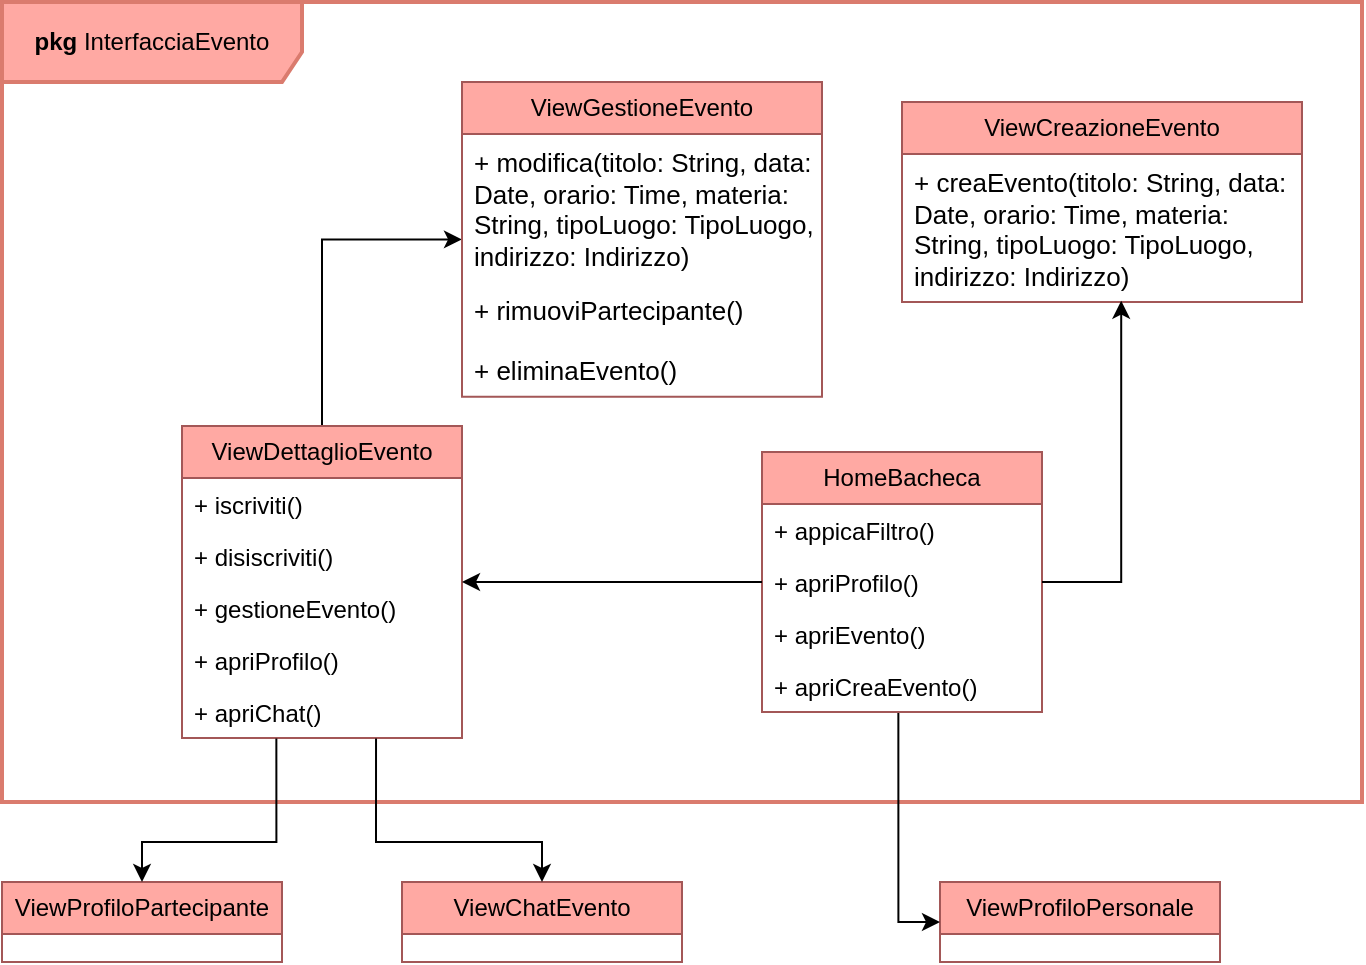
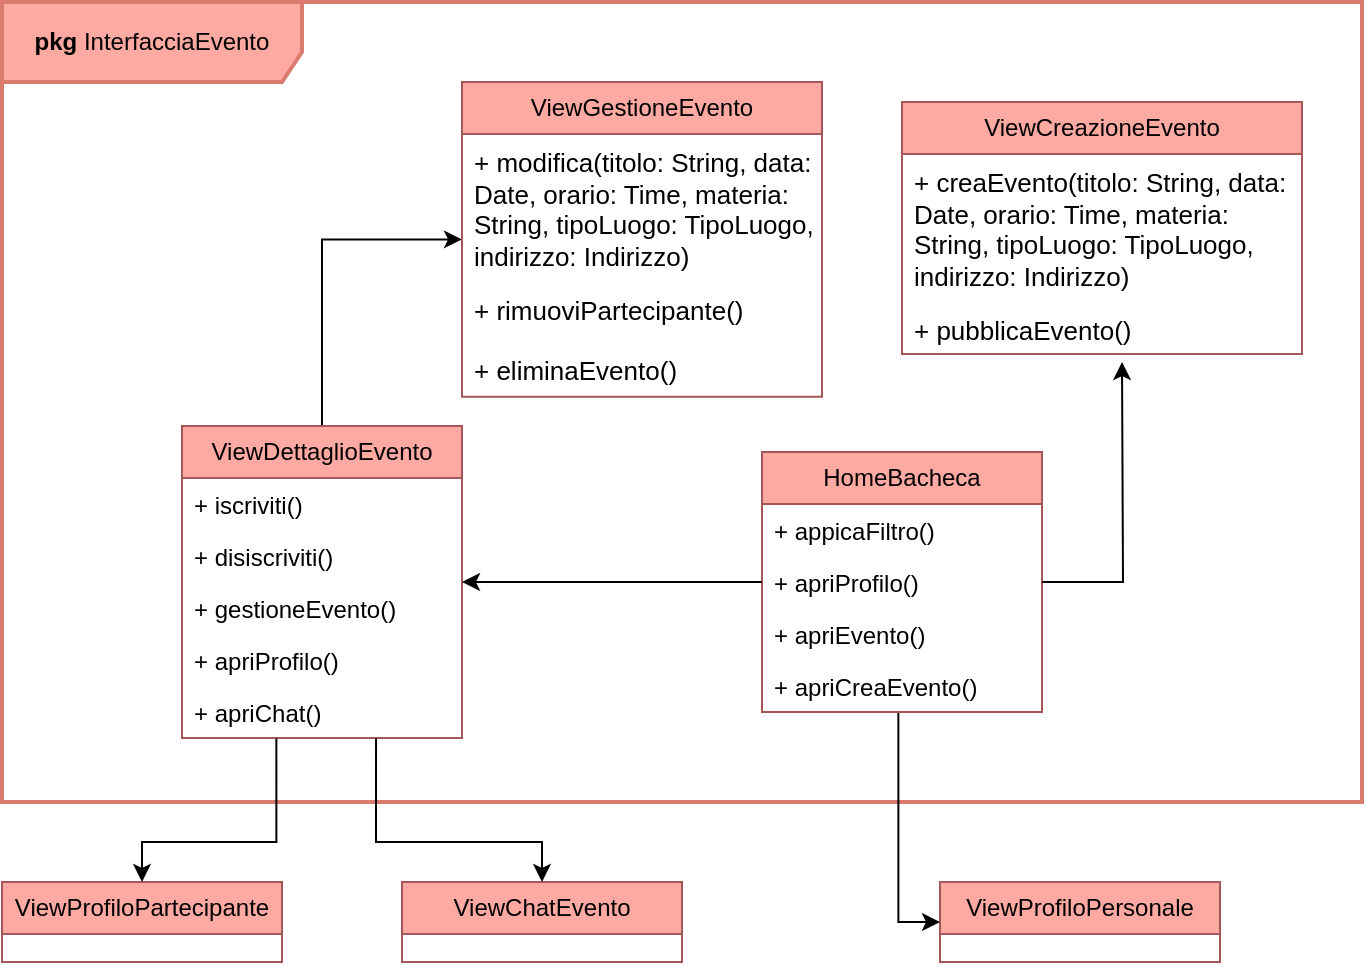
<mxfile host="app.diagrams.net">
  <diagram name="Pagina-1" id="0c2kCZIO34fmXKzSi4si">
-     <mxGraphModel dx="1125" dy="487" grid="1" gridSize="10" guides="1" tooltips="1" connect="1" arrows="1" fold="1" page="1" pageScale="1" pageWidth="827" pageHeight="1169" math="0" shadow="0">
+     <mxGraphModel dx="1075" dy="527" grid="1" gridSize="10" guides="1" tooltips="1" connect="1" arrows="1" fold="1" page="1" pageScale="1" pageWidth="827" pageHeight="1169" math="0" shadow="0">
      <root>
        <mxCell id="0" />
        <mxCell id="1" parent="0" />
        <mxCell id="3Kx0-dqQBfoLY7rhYscN-2" parent="1" style="shape=umlFrame;whiteSpace=wrap;html=1;pointerEvents=0;width=150;height=40;fillColor=#FFA9A3;strokeColor=#DA7B6E;strokeWidth=2;" value="&lt;b&gt;pkg &lt;/b&gt;InterfacciaEvento" vertex="1">
          <mxGeometry height="400" width="680" x="80" y="80" as="geometry" />
        </mxCell>
        <mxCell id="3Kx0-dqQBfoLY7rhYscN-3" parent="1" style="swimlane;fontStyle=0;childLayout=stackLayout;horizontal=1;startSize=26;fillColor=#FFA9A3;horizontalStack=0;resizeParent=1;resizeParentMax=0;resizeLast=0;collapsible=1;marginBottom=0;whiteSpace=wrap;html=1;strokeColor=#A35757;" value="HomeBacheca" vertex="1">
          <mxGeometry height="130" width="140" x="460" y="305" as="geometry" />
        </mxCell>
        <mxCell id="3Kx0-dqQBfoLY7rhYscN-4" parent="3Kx0-dqQBfoLY7rhYscN-3" style="text;strokeColor=none;fillColor=none;align=left;verticalAlign=top;spacingLeft=4;spacingRight=4;overflow=hidden;rotatable=0;points=[[0,0.5],[1,0.5]];portConstraint=eastwest;whiteSpace=wrap;html=1;" value="+ appicaFiltro()" vertex="1">
          <mxGeometry height="26" width="140" y="26" as="geometry" />
        </mxCell>
        <mxCell id="3Kx0-dqQBfoLY7rhYscN-32" parent="3Kx0-dqQBfoLY7rhYscN-3" style="text;strokeColor=none;fillColor=none;align=left;verticalAlign=top;spacingLeft=4;spacingRight=4;overflow=hidden;rotatable=0;points=[[0,0.5],[1,0.5]];portConstraint=eastwest;whiteSpace=wrap;html=1;" value="+ apriProfilo()" vertex="1">
          <mxGeometry height="26" width="140" y="52" as="geometry" />
        </mxCell>
        <mxCell id="3Kx0-dqQBfoLY7rhYscN-35" parent="3Kx0-dqQBfoLY7rhYscN-3" style="text;strokeColor=none;fillColor=none;align=left;verticalAlign=top;spacingLeft=4;spacingRight=4;overflow=hidden;rotatable=0;points=[[0,0.5],[1,0.5]];portConstraint=eastwest;whiteSpace=wrap;html=1;" value="+ apriEvento()" vertex="1">
          <mxGeometry height="26" width="140" y="78" as="geometry" />
        </mxCell>
        <mxCell id="3Kx0-dqQBfoLY7rhYscN-36" parent="3Kx0-dqQBfoLY7rhYscN-3" style="text;strokeColor=none;fillColor=none;align=left;verticalAlign=top;spacingLeft=4;spacingRight=4;overflow=hidden;rotatable=0;points=[[0,0.5],[1,0.5]];portConstraint=eastwest;whiteSpace=wrap;html=1;" value="+ apriCreaEvento()" vertex="1">
          <mxGeometry height="26" width="140" y="104" as="geometry" />
        </mxCell>
        <mxCell id="3Kx0-dqQBfoLY7rhYscN-5" parent="1" style="swimlane;fontStyle=0;childLayout=stackLayout;horizontal=1;startSize=26;fillColor=#FFA9A3;horizontalStack=0;resizeParent=1;resizeParentMax=0;resizeLast=0;collapsible=1;marginBottom=0;whiteSpace=wrap;html=1;strokeColor=#A35757;" value="ViewCreazioneEvento" vertex="1">
-           <mxGeometry height="100" width="200" x="530" y="130" as="geometry" />
+           <mxGeometry height="126" width="200" x="530" y="130" as="geometry" />
        </mxCell>
        <mxCell id="3Kx0-dqQBfoLY7rhYscN-23" parent="3Kx0-dqQBfoLY7rhYscN-5" style="text;strokeColor=none;fillColor=none;align=left;verticalAlign=top;spacingLeft=4;spacingRight=4;overflow=hidden;rotatable=0;points=[[0,0.5],[1,0.5]];portConstraint=eastwest;whiteSpace=wrap;html=1;fontColor=light-dark(#000000,#000000);fontStyle=0;fontSize=13;" value="+ creaEvento(titolo: String, data: Date, orario: Time, materia: String, tipoLuogo: TipoLuogo, indirizzo: Indirizzo)" vertex="1">
          <mxGeometry height="74" width="200" y="26" as="geometry" />
+         </mxCell>
+         <mxCell id="6SmlpPara5Y4fWPdTG3Q-39" parent="3Kx0-dqQBfoLY7rhYscN-5" style="text;strokeColor=none;fillColor=none;align=left;verticalAlign=top;spacingLeft=4;spacingRight=4;overflow=hidden;rotatable=0;points=[[0,0.5],[1,0.5]];portConstraint=eastwest;whiteSpace=wrap;html=1;" value="&lt;font style=&quot;font-size: 13px;&quot;&gt;+ pubblicaEvento()&lt;/font&gt;" vertex="1">
+           <mxGeometry height="26" width="200" y="100" as="geometry" />
        </mxCell>
        <mxCell id="3Kx0-dqQBfoLY7rhYscN-13" edge="1" parent="1" source="3Kx0-dqQBfoLY7rhYscN-7" style="edgeStyle=orthogonalEdgeStyle;rounded=0;orthogonalLoop=1;jettySize=auto;html=1;exitX=0.5;exitY=0;exitDx=0;exitDy=0;entryX=0;entryY=0.5;entryDx=0;entryDy=0;" target="3Kx0-dqQBfoLY7rhYscN-9">
          <mxGeometry relative="1" as="geometry" />
        </mxCell>
        <mxCell id="3Kx0-dqQBfoLY7rhYscN-7" parent="1" style="swimlane;fontStyle=0;childLayout=stackLayout;horizontal=1;startSize=26;fillColor=#FFA9A3;horizontalStack=0;resizeParent=1;resizeParentMax=0;resizeLast=0;collapsible=1;marginBottom=0;whiteSpace=wrap;html=1;strokeColor=#A35757;" value="ViewDettaglioEvento" vertex="1">
          <mxGeometry height="156" width="140" x="170" y="292" as="geometry" />
        </mxCell>
        <mxCell id="3Kx0-dqQBfoLY7rhYscN-8" parent="3Kx0-dqQBfoLY7rhYscN-7" style="text;strokeColor=none;fillColor=none;align=left;verticalAlign=top;spacingLeft=4;spacingRight=4;overflow=hidden;rotatable=0;points=[[0,0.5],[1,0.5]];portConstraint=eastwest;whiteSpace=wrap;html=1;" value="+ iscriviti()" vertex="1">
          <mxGeometry height="26" width="140" y="26" as="geometry" />
        </mxCell>
        <mxCell id="3Kx0-dqQBfoLY7rhYscN-27" parent="3Kx0-dqQBfoLY7rhYscN-7" style="text;strokeColor=none;fillColor=none;align=left;verticalAlign=top;spacingLeft=4;spacingRight=4;overflow=hidden;rotatable=0;points=[[0,0.5],[1,0.5]];portConstraint=eastwest;whiteSpace=wrap;html=1;" value="+ disiscriviti()" vertex="1">
          <mxGeometry height="26" width="140" y="52" as="geometry" />
        </mxCell>
        <mxCell id="3Kx0-dqQBfoLY7rhYscN-37" parent="3Kx0-dqQBfoLY7rhYscN-7" style="text;strokeColor=none;fillColor=none;align=left;verticalAlign=top;spacingLeft=4;spacingRight=4;overflow=hidden;rotatable=0;points=[[0,0.5],[1,0.5]];portConstraint=eastwest;whiteSpace=wrap;html=1;" value="+ gestioneEvento()" vertex="1">
          <mxGeometry height="26" width="140" y="78" as="geometry" />
        </mxCell>
        <mxCell id="3Kx0-dqQBfoLY7rhYscN-28" parent="3Kx0-dqQBfoLY7rhYscN-7" style="text;strokeColor=none;fillColor=none;align=left;verticalAlign=top;spacingLeft=4;spacingRight=4;overflow=hidden;rotatable=0;points=[[0,0.5],[1,0.5]];portConstraint=eastwest;whiteSpace=wrap;html=1;" value="+ apriProfilo()" vertex="1">
          <mxGeometry height="26" width="140" y="104" as="geometry" />
        </mxCell>
        <mxCell id="3Kx0-dqQBfoLY7rhYscN-30" parent="3Kx0-dqQBfoLY7rhYscN-7" style="text;strokeColor=none;fillColor=none;align=left;verticalAlign=top;spacingLeft=4;spacingRight=4;overflow=hidden;rotatable=0;points=[[0,0.5],[1,0.5]];portConstraint=eastwest;whiteSpace=wrap;html=1;" value="+ apriChat()" vertex="1">
          <mxGeometry height="26" width="140" y="130" as="geometry" />
        </mxCell>
        <mxCell id="3Kx0-dqQBfoLY7rhYscN-9" parent="1" style="swimlane;fontStyle=0;childLayout=stackLayout;horizontal=1;startSize=26;fillColor=#FFA9A3;horizontalStack=0;resizeParent=1;resizeParentMax=0;resizeLast=0;collapsible=1;marginBottom=0;whiteSpace=wrap;html=1;strokeColor=#A35757;" value="ViewGestioneEvento" vertex="1">
          <mxGeometry height="157.38" width="180" x="310" y="120" as="geometry" />
        </mxCell>
        <mxCell id="3Kx0-dqQBfoLY7rhYscN-24" parent="3Kx0-dqQBfoLY7rhYscN-9" style="text;strokeColor=none;fillColor=none;align=left;verticalAlign=top;spacingLeft=4;spacingRight=4;overflow=hidden;rotatable=0;points=[[0,0.5],[1,0.5]];portConstraint=eastwest;whiteSpace=wrap;html=1;fontColor=light-dark(#000000,#000000);fontStyle=0;fontSize=13;" value="+ modifica(titolo: String, data: Date, orario: Time, materia: String, tipoLuogo: TipoLuogo, indirizzo: Indirizzo)" vertex="1">
          <mxGeometry height="74" width="180" y="26" as="geometry" />
        </mxCell>
        <mxCell id="3Kx0-dqQBfoLY7rhYscN-26" parent="3Kx0-dqQBfoLY7rhYscN-9" style="text;strokeColor=none;fillColor=none;align=left;verticalAlign=top;spacingLeft=4;spacingRight=4;overflow=hidden;rotatable=0;points=[[0,0.5],[1,0.5]];portConstraint=eastwest;whiteSpace=wrap;html=1;" value="&lt;font style=&quot;color: light-dark(rgb(0, 0, 0), rgb(0, 0, 0));&quot;&gt;&lt;span style=&quot;font-size: 13px;&quot;&gt;+ rimuoviPartecipante()&lt;/span&gt;&lt;/font&gt;" vertex="1">
          <mxGeometry height="30" width="180" y="100" as="geometry" />
        </mxCell>
        <mxCell id="3Kx0-dqQBfoLY7rhYscN-25" parent="3Kx0-dqQBfoLY7rhYscN-9" style="text;strokeColor=none;fillColor=none;align=left;verticalAlign=top;spacingLeft=4;spacingRight=4;overflow=hidden;rotatable=0;points=[[0,0.5],[1,0.5]];portConstraint=eastwest;whiteSpace=wrap;html=1;" value="&lt;font style=&quot;color: light-dark(rgb(0, 0, 0), rgb(0, 0, 0));&quot;&gt;&lt;span style=&quot;font-size: 13px;&quot;&gt;+ eliminaEvento()&lt;/span&gt;&lt;/font&gt;" vertex="1">
          <mxGeometry height="27.38" width="180" y="130" as="geometry" />
        </mxCell>
-         <mxCell id="3Kx0-dqQBfoLY7rhYscN-11" edge="1" parent="1" source="3Kx0-dqQBfoLY7rhYscN-3" style="edgeStyle=orthogonalEdgeStyle;rounded=0;orthogonalLoop=1;jettySize=auto;html=1;exitX=1;exitY=0.5;exitDx=0;exitDy=0;entryX=0.548;entryY=0.991;entryDx=0;entryDy=0;entryPerimeter=0;" target="3Kx0-dqQBfoLY7rhYscN-23">
+         <mxCell id="3Kx0-dqQBfoLY7rhYscN-11" edge="1" parent="1" source="3Kx0-dqQBfoLY7rhYscN-3" style="edgeStyle=orthogonalEdgeStyle;rounded=0;orthogonalLoop=1;jettySize=auto;html=1;exitX=1;exitY=0.5;exitDx=0;exitDy=0;">
          <mxGeometry relative="1" as="geometry">
-             <mxPoint x="635" y="260" as="targetPoint" />
+             <mxPoint x="640" y="260" as="targetPoint" />
          </mxGeometry>
        </mxCell>
        <mxCell id="3Kx0-dqQBfoLY7rhYscN-12" edge="1" parent="1" source="3Kx0-dqQBfoLY7rhYscN-3" style="edgeStyle=orthogonalEdgeStyle;rounded=0;orthogonalLoop=1;jettySize=auto;html=1;exitX=0;exitY=0.5;exitDx=0;exitDy=0;entryX=1;entryY=0.5;entryDx=0;entryDy=0;" target="3Kx0-dqQBfoLY7rhYscN-7">
          <mxGeometry relative="1" as="geometry" />
        </mxCell>
        <mxCell id="3Kx0-dqQBfoLY7rhYscN-14" parent="1" style="swimlane;fontStyle=0;childLayout=stackLayout;horizontal=1;startSize=26;fillColor=#FFA9A3;horizontalStack=0;resizeParent=1;resizeParentMax=0;resizeLast=0;collapsible=1;marginBottom=0;whiteSpace=wrap;html=1;strokeColor=#A35757;" value="ViewProfiloPersonale" vertex="1">
          <mxGeometry height="40" width="140" x="549" y="520" as="geometry" />
        </mxCell>
        <mxCell id="3Kx0-dqQBfoLY7rhYscN-16" parent="1" style="swimlane;fontStyle=0;childLayout=stackLayout;horizontal=1;startSize=26;fillColor=#FFA9A3;horizontalStack=0;resizeParent=1;resizeParentMax=0;resizeLast=0;collapsible=1;marginBottom=0;whiteSpace=wrap;html=1;strokeColor=#A35757;" value="ViewProfiloPartecipante" vertex="1">
          <mxGeometry height="40" width="140" x="80" y="520" as="geometry" />
        </mxCell>
        <mxCell id="3Kx0-dqQBfoLY7rhYscN-18" edge="1" parent="1" source="3Kx0-dqQBfoLY7rhYscN-16" style="edgeStyle=orthogonalEdgeStyle;rounded=0;orthogonalLoop=1;jettySize=auto;html=1;exitX=0.5;exitY=0;exitDx=0;exitDy=0;startArrow=classic;startFill=1;endArrow=none;endFill=0;entryX=0.337;entryY=1.012;entryDx=0;entryDy=0;entryPerimeter=0;" target="3Kx0-dqQBfoLY7rhYscN-30">
          <mxGeometry relative="1" as="geometry">
            <Array as="points">
              <mxPoint x="150" y="500" />
              <mxPoint x="217" y="500" />
            </Array>
            <mxPoint x="216" y="420" as="targetPoint" />
          </mxGeometry>
        </mxCell>
        <mxCell id="3Kx0-dqQBfoLY7rhYscN-19" edge="1" parent="1" source="3Kx0-dqQBfoLY7rhYscN-14" style="edgeStyle=orthogonalEdgeStyle;rounded=0;orthogonalLoop=1;jettySize=auto;html=1;exitX=0;exitY=0.5;exitDx=0;exitDy=0;endArrow=none;endFill=0;startArrow=classic;startFill=1;entryX=0.487;entryY=1.019;entryDx=0;entryDy=0;entryPerimeter=0;" target="3Kx0-dqQBfoLY7rhYscN-36">
          <mxGeometry relative="1" as="geometry">
            <mxPoint x="529" y="460" as="targetPoint" />
          </mxGeometry>
        </mxCell>
        <mxCell id="3Kx0-dqQBfoLY7rhYscN-20" parent="1" style="swimlane;fontStyle=0;childLayout=stackLayout;horizontal=1;startSize=26;fillColor=#FFA9A3;horizontalStack=0;resizeParent=1;resizeParentMax=0;resizeLast=0;collapsible=1;marginBottom=0;whiteSpace=wrap;html=1;strokeColor=#A35757;" value="ViewChatEvento" vertex="1">
          <mxGeometry height="40" width="140" x="280" y="520" as="geometry" />
        </mxCell>
        <mxCell id="3Kx0-dqQBfoLY7rhYscN-22" edge="1" parent="1" source="3Kx0-dqQBfoLY7rhYscN-20" style="edgeStyle=orthogonalEdgeStyle;rounded=0;orthogonalLoop=1;jettySize=auto;html=1;exitX=0.5;exitY=0;exitDx=0;exitDy=0;entryX=0.693;entryY=1.012;entryDx=0;entryDy=0;entryPerimeter=0;endArrow=none;endFill=0;startArrow=classic;startFill=1;" target="3Kx0-dqQBfoLY7rhYscN-30">
          <mxGeometry relative="1" as="geometry">
            <Array as="points">
              <mxPoint x="350" y="500" />
              <mxPoint x="267" y="500" />
            </Array>
          </mxGeometry>
        </mxCell>
      </root>
    </mxGraphModel>
  </diagram>
</mxfile>
